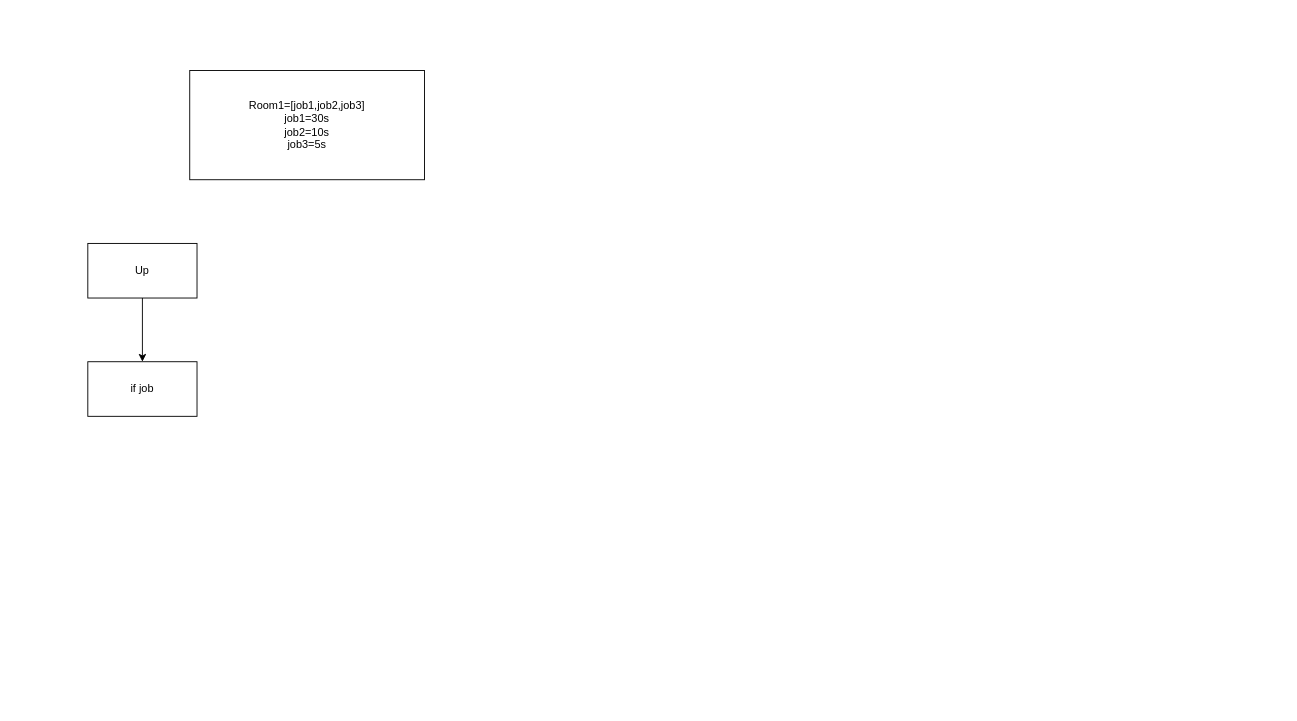
Earlier version of the draw.io diagram modify_up_and_down.drawio (haanhtuan0147/tailieu). Source tidied: cells renumbered, new cells numbered last; positions are measured from the earlier drawing's top-left corner, leaving out a move shared by most shapes. Both pictures are drawn from the tidied source at 91%, with x=0, y=0 at pixel (87, 70).
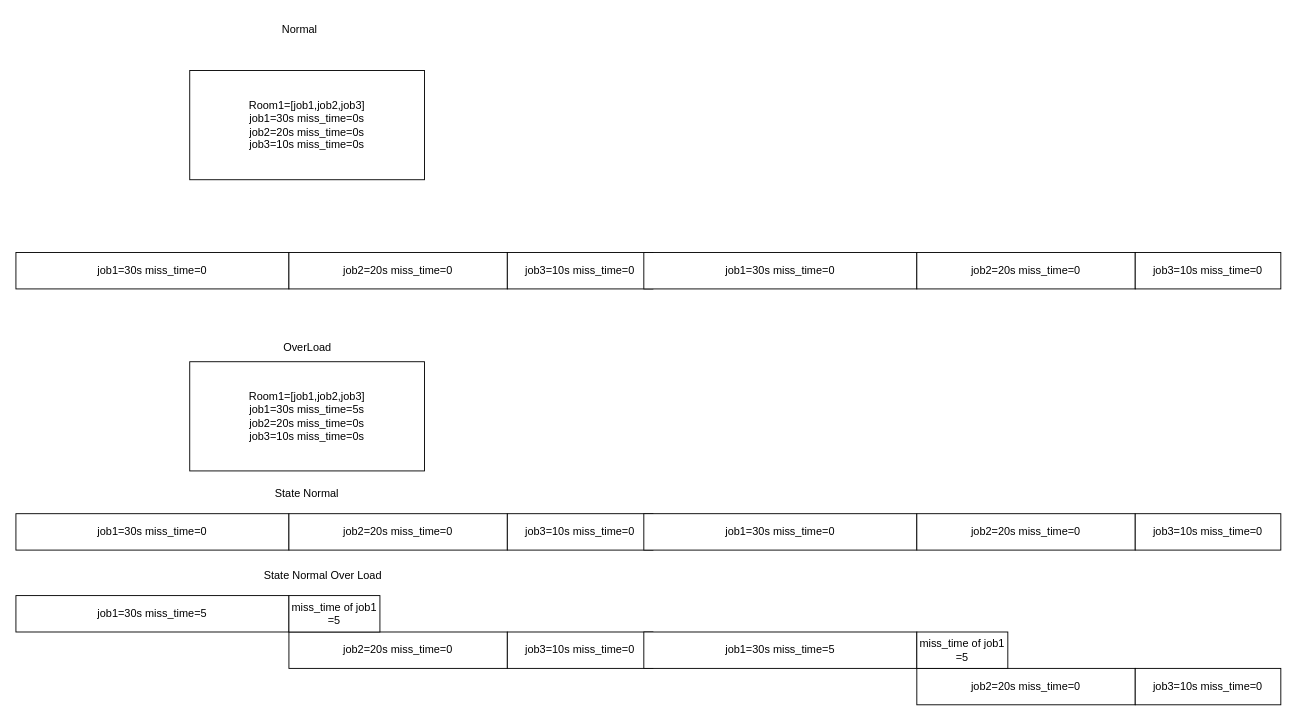
After the change.

Change to the diagram source:
```diff
@@
-    <mxCell id="2" value="Up" style="rounded=0;whiteSpace=wrap;html=1;" parent="1" vertex="1">
-      <mxGeometry y="190" width="120" height="60" as="geometry" />
-    </mxCell>
-    <mxCell id="3" style="endArrow=classic;html=1;rounded=0;exitX=0.5;exitY=1;exitDx=0;exitDy=0;" parent="1" edge="1" source="2" target="4">
-      <mxGeometry relative="1" as="geometry" />
-    </mxCell>
-    <mxCell id="4" value="if job" style="rounded=0;whiteSpace=wrap;html=1;" parent="1" vertex="1">
-      <mxGeometry y="320" width="120" height="60" as="geometry" />
-    </mxCell>
-    <mxCell id="5" value="Room1=[job1,job2,job3]&lt;br&gt;job1=30s&lt;br&gt;job2=10s&lt;br&gt;job3=5s" style="rounded=0;whiteSpace=wrap;html=1;" parent="1" vertex="1">
+    <mxCell id="5" value="Room1=[job1,job2,job3]&lt;br&gt;job1=30s miss_time=0s&lt;br&gt;job2=20s miss_time=0s&lt;br&gt;job3=10s miss_time=0s" style="rounded=0;whiteSpace=wrap;html=1;" parent="1" vertex="1">
       <mxGeometry x="112" width="258" height="120" as="geometry" />
     </mxCell>
+    <mxCell id="6" value="job1=30s miss_time=0" style="rounded=0;whiteSpace=wrap;html=1;" parent="1" vertex="1">
+      <mxGeometry x="-79" y="200" width="300" height="40" as="geometry" />
+    </mxCell>
+    <mxCell id="7" value="Normal" style="text;html=1;strokeColor=none;fillColor=none;align=center;verticalAlign=middle;whiteSpace=wrap;rounded=0;" parent="1" vertex="1">
+      <mxGeometry x="203" y="-60" width="60" height="30" as="geometry" />
+    </mxCell>
+    <mxCell id="8" value="job2=20s miss_time=0" style="rounded=0;whiteSpace=wrap;html=1;" parent="1" vertex="1">
+      <mxGeometry x="221" y="200" width="240" height="40" as="geometry" />
+    </mxCell>
+    <mxCell id="9" value="job3=10s miss_time=0" style="rounded=0;whiteSpace=wrap;html=1;" parent="1" vertex="1">
+      <mxGeometry x="461" y="200" width="160" height="40" as="geometry" />
+    </mxCell>
+    <mxCell id="10" value="job1=30s miss_time=0" style="rounded=0;whiteSpace=wrap;html=1;" parent="1" vertex="1">
+      <mxGeometry x="611" y="200" width="300" height="40" as="geometry" />
+    </mxCell>
+    <mxCell id="11" value="job2=20s miss_time=0" style="rounded=0;whiteSpace=wrap;html=1;" parent="1" vertex="1">
+      <mxGeometry x="911" y="200" width="240" height="40" as="geometry" />
+    </mxCell>
+    <mxCell id="12" value="job3=10s miss_time=0" style="rounded=0;whiteSpace=wrap;html=1;" parent="1" vertex="1">
+      <mxGeometry x="1151" y="200" width="160" height="40" as="geometry" />
+    </mxCell>
+    <mxCell id="13" value="OverLoad" style="text;html=1;align=center;verticalAlign=middle;strokeColor=none;fillColor=none;" parent="1" vertex="1">
+      <mxGeometry x="201" y="290" width="80" height="30" as="geometry" />
+    </mxCell>
+    <mxCell id="14" value="Room1=[job1,job2,job3]&lt;br&gt;job1=30s miss_time=5s&lt;br&gt;job2=20s miss_time=0s&lt;br&gt;job3=10s miss_time=0s" style="rounded=0;whiteSpace=wrap;html=1;" parent="1" vertex="1">
+      <mxGeometry x="112" y="320" width="258" height="120" as="geometry" />
+    </mxCell>
+    <mxCell id="15" value="job1=30s miss_time=0" style="rounded=0;whiteSpace=wrap;html=1;" parent="1" vertex="1">
+      <mxGeometry x="-79" y="487" width="300" height="40" as="geometry" />
+    </mxCell>
+    <mxCell id="16" value="job2=20s miss_time=0" style="rounded=0;whiteSpace=wrap;html=1;" parent="1" vertex="1">
+      <mxGeometry x="221" y="487" width="240" height="40" as="geometry" />
+    </mxCell>
+    <mxCell id="17" value="job3=10s miss_time=0" style="rounded=0;whiteSpace=wrap;html=1;" parent="1" vertex="1">
+      <mxGeometry x="461" y="487" width="160" height="40" as="geometry" />
+    </mxCell>
+    <mxCell id="18" value="job1=30s miss_time=0" style="rounded=0;whiteSpace=wrap;html=1;" parent="1" vertex="1">
+      <mxGeometry x="611" y="487" width="300" height="40" as="geometry" />
+    </mxCell>
+    <mxCell id="19" value="job2=20s miss_time=0" style="rounded=0;whiteSpace=wrap;html=1;" parent="1" vertex="1">
+      <mxGeometry x="911" y="487" width="240" height="40" as="geometry" />
+    </mxCell>
+    <mxCell id="20" value="job3=10s miss_time=0" style="rounded=0;whiteSpace=wrap;html=1;" parent="1" vertex="1">
+      <mxGeometry x="1151" y="487" width="160" height="40" as="geometry" />
+    </mxCell>
+    <mxCell id="21" value="State Normal" style="text;html=1;strokeColor=none;fillColor=none;align=center;verticalAlign=middle;whiteSpace=wrap;rounded=0;" parent="1" vertex="1">
+      <mxGeometry x="186" y="450" width="110" height="30" as="geometry" />
+    </mxCell>
+    <mxCell id="22" value="job1=30s miss_time=5" style="rounded=0;whiteSpace=wrap;html=1;" parent="1" vertex="1">
+      <mxGeometry x="-79" y="577" width="300" height="40" as="geometry" />
+    </mxCell>
+    <mxCell id="23" value="job2=20s miss_time=0" style="rounded=0;whiteSpace=wrap;html=1;" parent="1" vertex="1">
+      <mxGeometry x="221" y="617" width="240" height="40" as="geometry" />
+    </mxCell>
+    <mxCell id="24" value="job3=10s miss_time=0" style="rounded=0;whiteSpace=wrap;html=1;" parent="1" vertex="1">
+      <mxGeometry x="461" y="617" width="160" height="40" as="geometry" />
+    </mxCell>
+    <mxCell id="25" value="job1=30s miss_time=5" style="rounded=0;whiteSpace=wrap;html=1;" parent="1" vertex="1">
+      <mxGeometry x="611" y="617" width="300" height="40" as="geometry" />
+    </mxCell>
+    <mxCell id="26" value="job2=20s miss_time=0" style="rounded=0;whiteSpace=wrap;html=1;" parent="1" vertex="1">
+      <mxGeometry x="911" y="657" width="240" height="40" as="geometry" />
+    </mxCell>
+    <mxCell id="27" value="job3=10s miss_time=0" style="rounded=0;whiteSpace=wrap;html=1;" parent="1" vertex="1">
+      <mxGeometry x="1151" y="657" width="160" height="40" as="geometry" />
+    </mxCell>
+    <mxCell id="28" value="State Normal Over Load" style="text;html=1;strokeColor=none;fillColor=none;align=center;verticalAlign=middle;whiteSpace=wrap;rounded=0;" parent="1" vertex="1">
+      <mxGeometry x="186" y="540" width="145" height="30" as="geometry" />
+    </mxCell>
+    <mxCell id="29" value="miss_time of job1 =5" style="rounded=0;whiteSpace=wrap;html=1;" parent="1" vertex="1">
+      <mxGeometry x="221" y="577" width="100" height="40" as="geometry" />
+    </mxCell>
+    <mxCell id="30" value="miss_time of job1 =5" style="rounded=0;whiteSpace=wrap;html=1;" parent="1" vertex="1">
+      <mxGeometry x="911" y="617" width="100" height="40" as="geometry" />
+    </mxCell>
```
